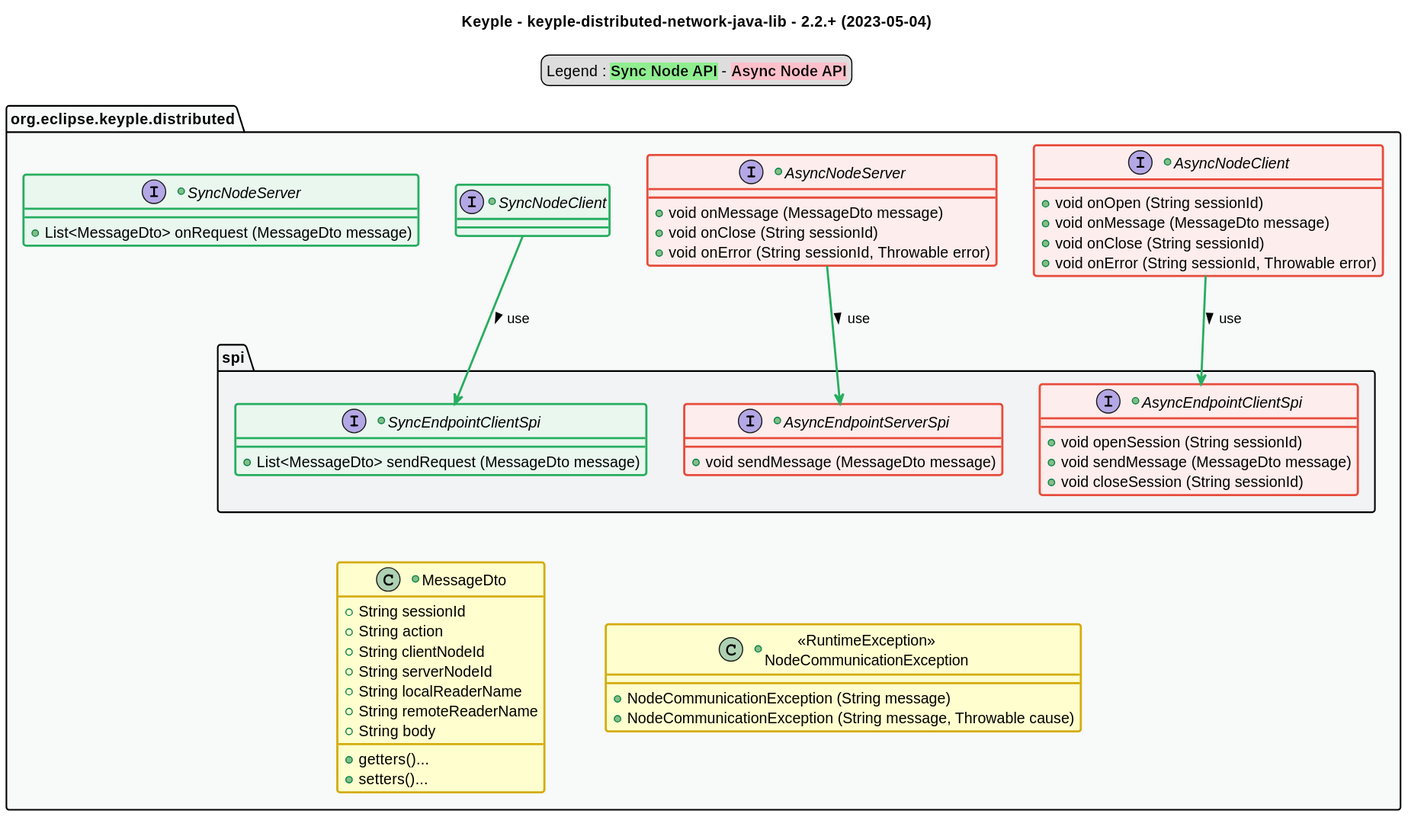
This is src/main/uml/api_class_diagram.svg from eclipse-keyple/keyple-distributed-network-java-lib, a PlantUML export, as it was before one commit.
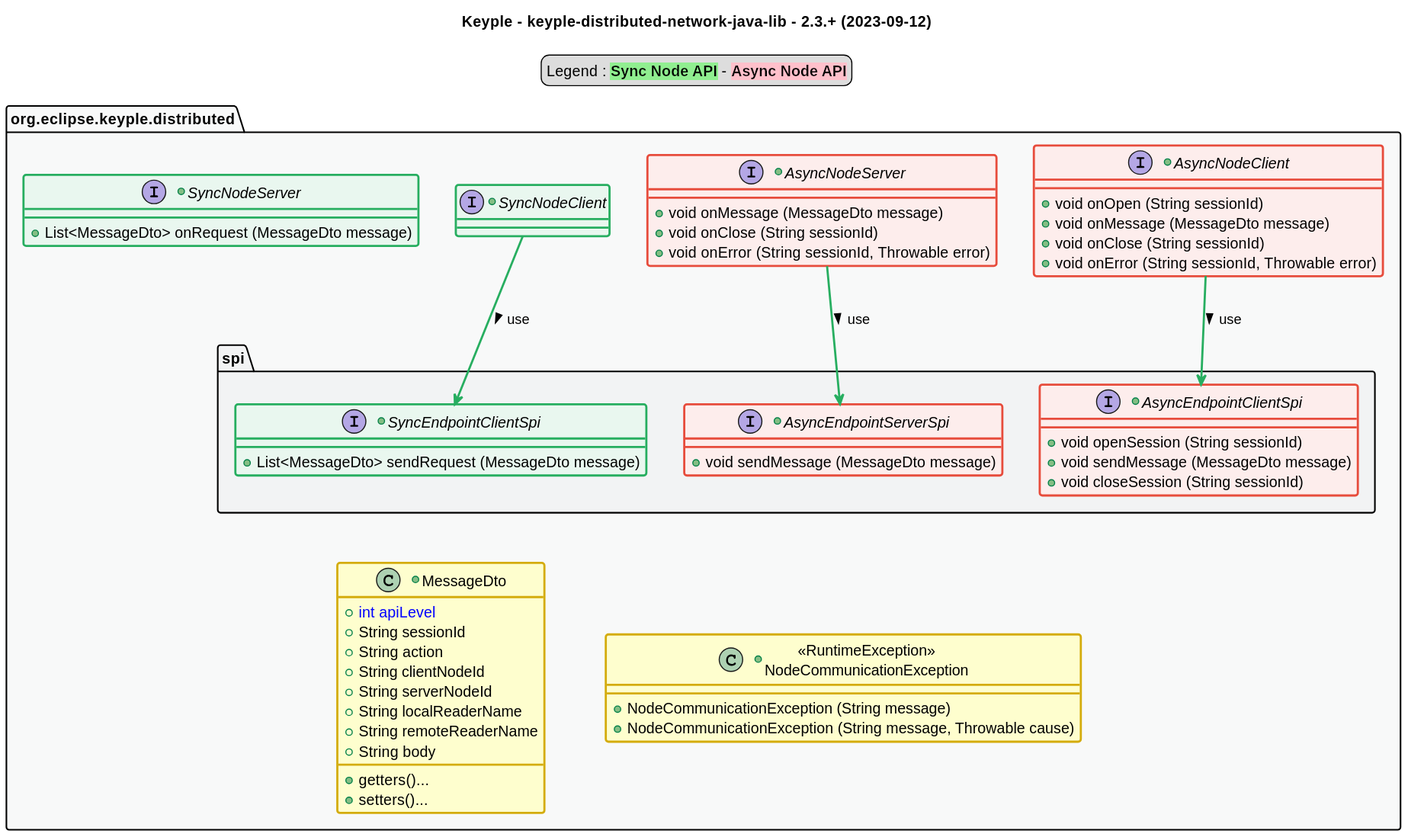
The same diagram one commit later.

What changed in the source:
```diff
@@ -1,6 +1,6 @@
 @startuml
 title
-    Keyple - keyple-distributed-network-java-lib - 2.2.+ (2023-05-04)
+    Keyple - keyple-distributed-network-java-lib - 2.3.+ (2023-09-12)
 end title
 
 
@@ -75,6 +75,7 @@
         }
     }
     +class MessageDto {
+        + <color:blue>int apiLevel
         + String sessionId
         + String action
         + String clientNodeId
```
